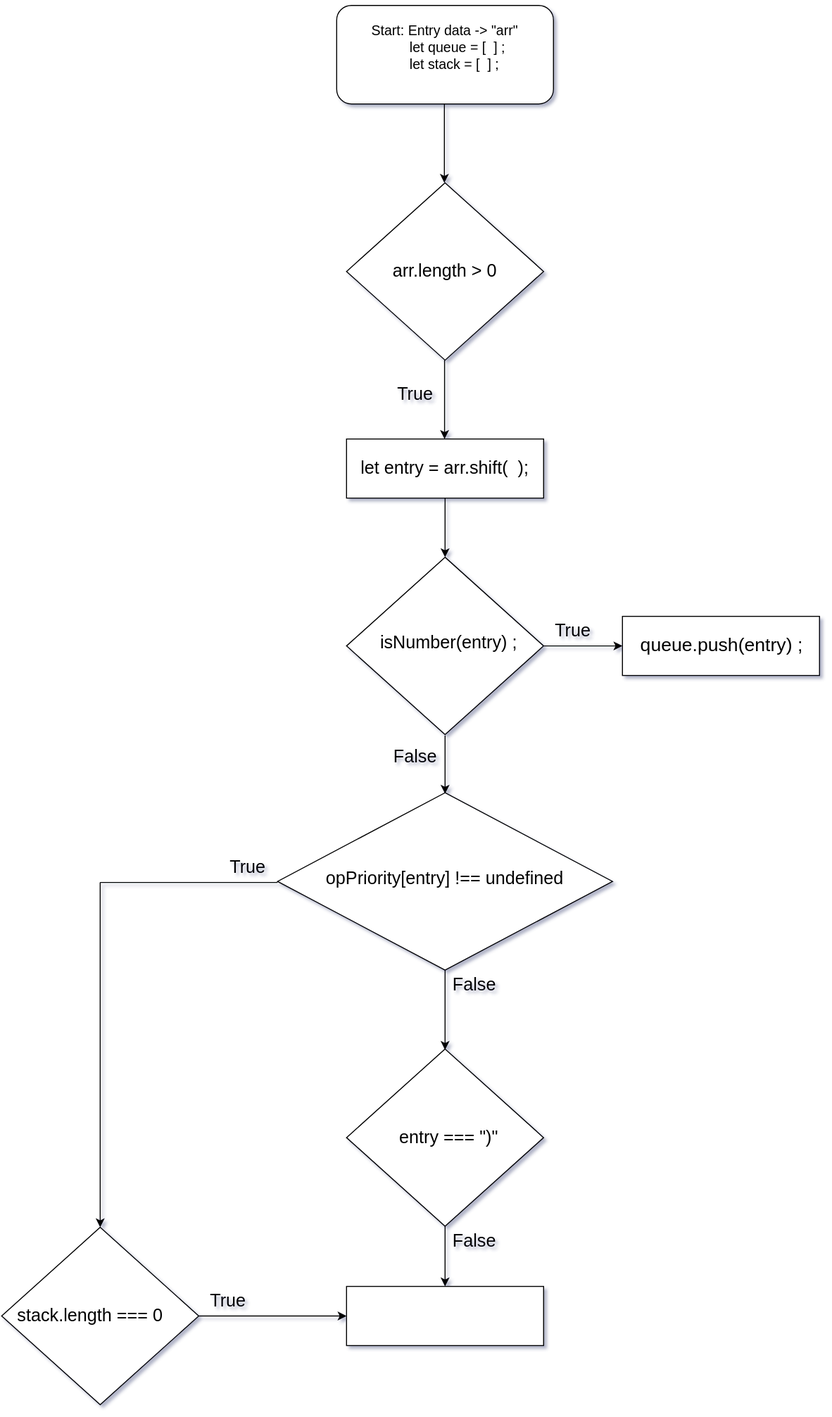
Before: Untitled Diagram.drawio.svg, a diagram exported from draw.io (jcgm3205/jcgm3205). Source tidied: cells renumbered, new cells last; positions are measured from the earlier drawing's top-left corner, leaving out a move shared by most shapes.
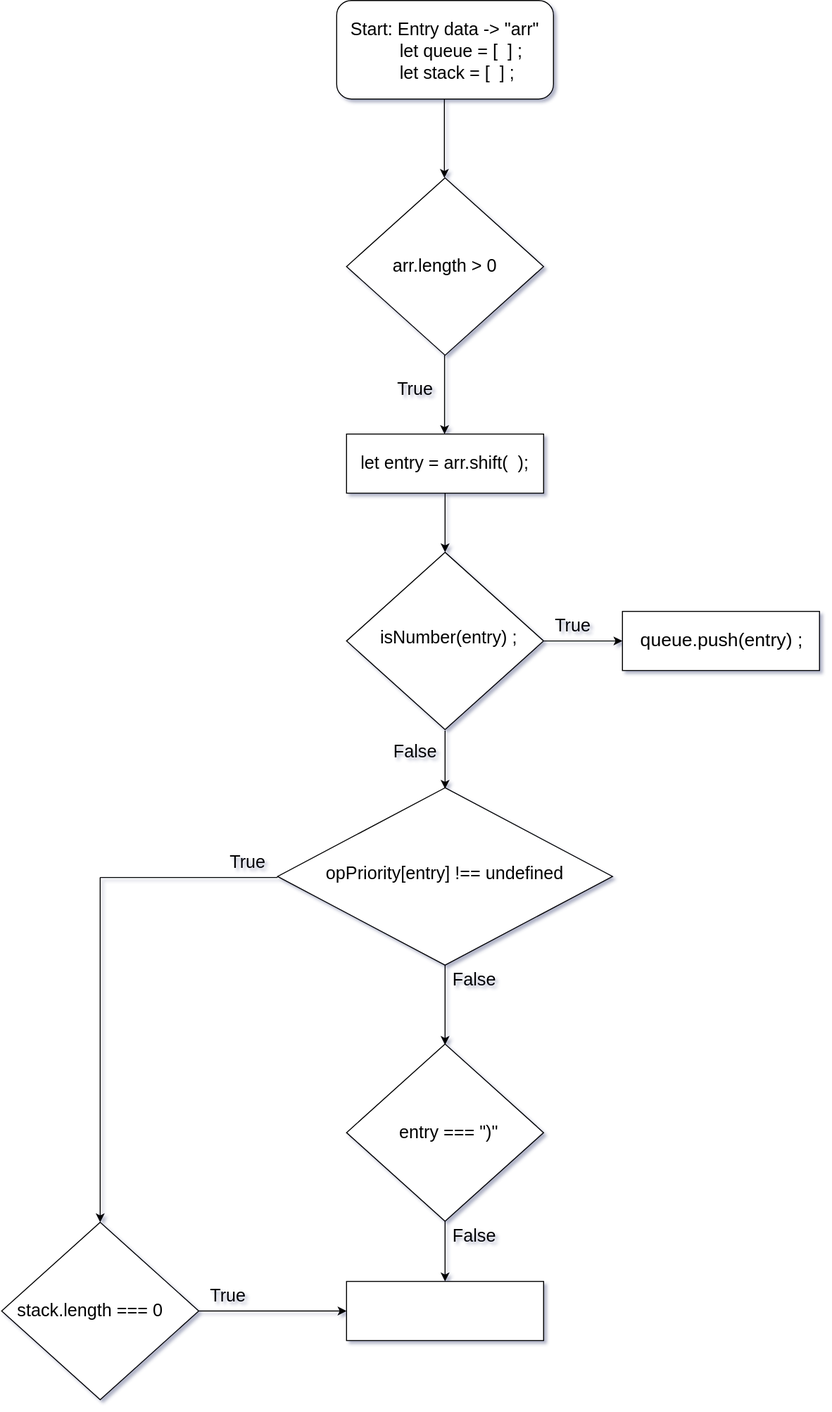
The same file after the commit.

The edit, as a diff of the source:
```diff
@@ -5,8 +5,8 @@
     <mxCell id="2" style="rounded=1;whiteSpace=wrap;html=1;" parent="1" vertex="1">
       <mxGeometry x="340" y="5" width="220" height="100" as="geometry" />
     </mxCell>
-    <mxCell id="3" value="&lt;font&gt;&lt;span style=&quot;font-size: 14px&quot;&gt;Start: Entry data -&amp;gt; &quot;arr&quot;&lt;/span&gt;&lt;br&gt;&lt;div style=&quot;text-align: left&quot;&gt;&lt;span style=&quot;font-size: 14px&quot;&gt;&amp;nbsp; &amp;nbsp; &amp;nbsp; &amp;nbsp; &amp;nbsp; let queue = [&amp;nbsp; ] ;&lt;/span&gt;&lt;/div&gt;&lt;div style=&quot;text-align: left&quot;&gt;&lt;span style=&quot;font-size: 14px&quot;&gt;&amp;nbsp; &amp;nbsp; &amp;nbsp; &amp;nbsp; &amp;nbsp; let stack = [&amp;nbsp; ] ;&lt;/span&gt;&lt;/div&gt;&lt;br&gt;&lt;/font&gt;" style="text;html=1;strokeColor=none;fillColor=none;align=center;verticalAlign=middle;whiteSpace=wrap;rounded=0;" parent="1" vertex="1">
-      <mxGeometry x="300" width="300" height="110" as="geometry" />
+    <mxCell id="3" value="&lt;font style=&quot;font-size: 18px&quot;&gt;&lt;span&gt;Start: Entry data -&amp;gt; &quot;arr&quot;&lt;/span&gt;&lt;br&gt;&lt;div style=&quot;text-align: left&quot;&gt;&lt;span&gt;&amp;nbsp; &amp;nbsp; &amp;nbsp; &amp;nbsp; &amp;nbsp; let queue = [&amp;nbsp; ] ;&lt;/span&gt;&lt;/div&gt;&lt;div style=&quot;text-align: left&quot;&gt;&lt;span&gt;&amp;nbsp; &amp;nbsp; &amp;nbsp; &amp;nbsp; &amp;nbsp; let stack = [&amp;nbsp; ] ;&lt;/span&gt;&lt;/div&gt;&lt;br&gt;&lt;/font&gt;" style="text;html=1;strokeColor=none;fillColor=none;align=center;verticalAlign=middle;whiteSpace=wrap;rounded=0;" parent="1" vertex="1">
+      <mxGeometry x="300" y="5" width="300" height="125" as="geometry" />
     </mxCell>
     <mxCell id="4" style="endArrow=classic;html=1;rounded=0;fontSize=14;" parent="1" edge="1">
       <mxGeometry relative="1" as="geometry">
```
